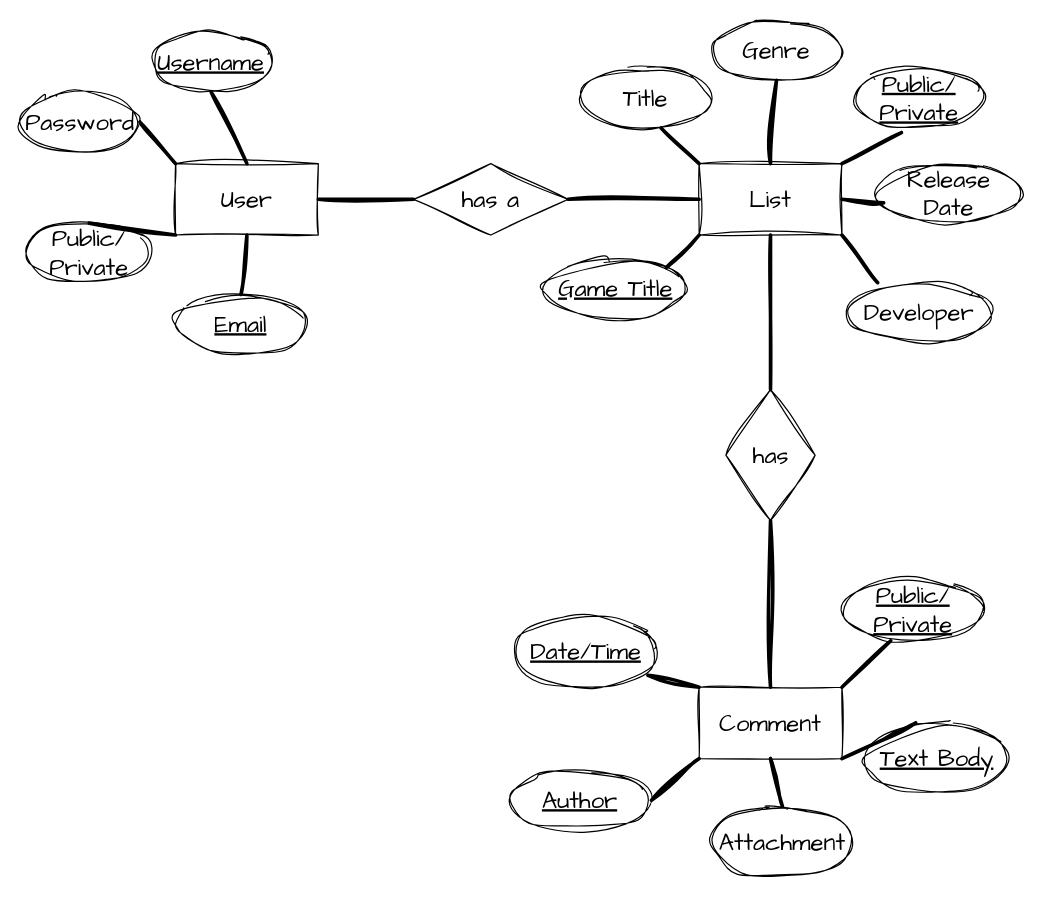
This is zeekERD.drawio from KMoussa33/Zeek, a draw.io file, before an edit. Source tidied: cells renumbered, new cells numbered last; positions are measured from the earlier drawing's top-left corner, leaving out a move shared by most shapes. Both pictures are drawn from the tidied source at 119%, with x=0, y=0 at pixel (20, 20).
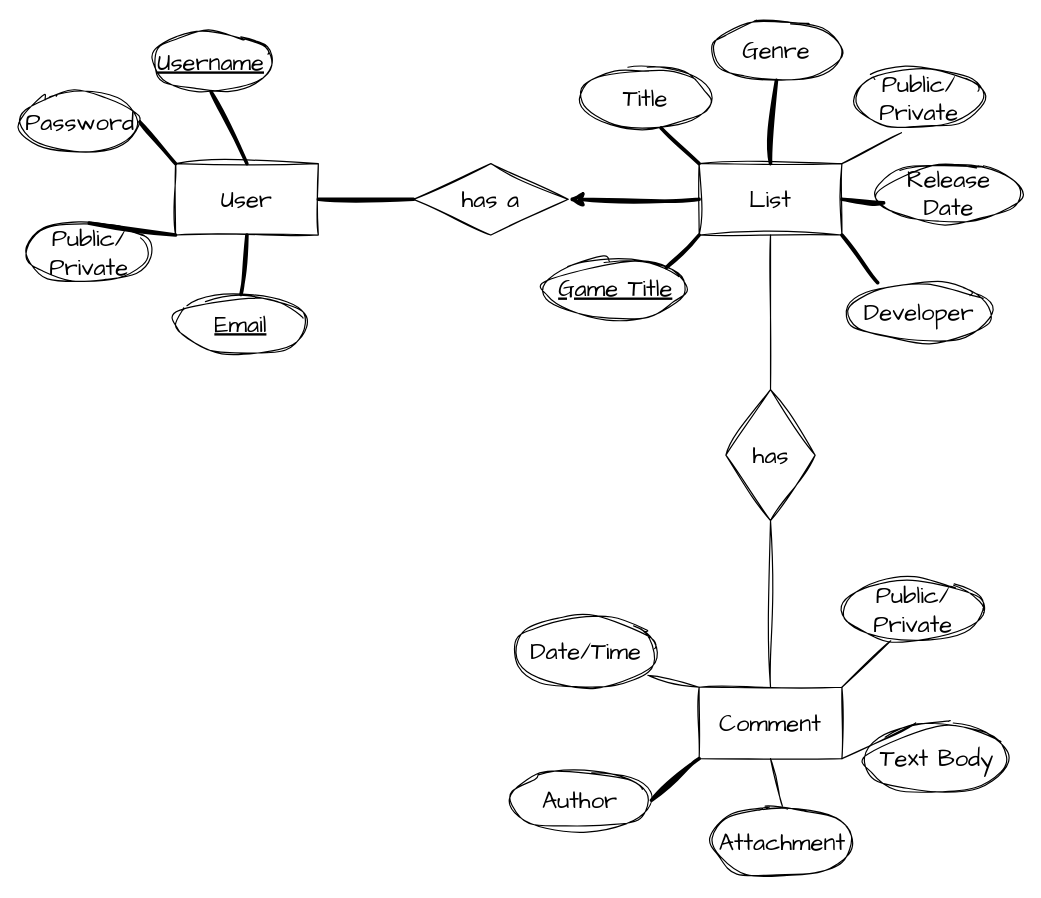
After the change.

The change refers to these unchanged cells:
```xml
<mxCell id="11" value="has a" style="rhombus;whiteSpace=wrap;html=1;sketch=1;hachureGap=4;jiggle=2;curveFitting=1;fontFamily=Architects Daughter;fontSize=20;" parent="1" vertex="1">
  <mxGeometry x="330" y="120" width="130" height="60" as="geometry" />
</mxCell>
<mxCell id="13" value="List" style="rounded=0;whiteSpace=wrap;html=1;sketch=1;hachureGap=4;jiggle=2;curveFitting=1;fontFamily=Architects Daughter;fontSize=20;" parent="1" vertex="1">
  <mxGeometry x="570" y="120" width="120" height="60" as="geometry" />
</mxCell>
<mxCell id="27" value="has" style="rhombus;whiteSpace=wrap;html=1;sketch=1;hachureGap=4;jiggle=2;curveFitting=1;fontFamily=Architects Daughter;fontSize=20;" parent="1" vertex="1">
  <mxGeometry x="592.5" y="310" width="75" height="110" as="geometry" />
</mxCell>
<mxCell id="28" value="Comment" style="rounded=0;whiteSpace=wrap;html=1;sketch=1;hachureGap=4;jiggle=2;curveFitting=1;fontFamily=Architects Daughter;fontSize=20;" parent="1" vertex="1">
  <mxGeometry x="570" y="560" width="120" height="60" as="geometry" />
</mxCell>
<mxCell id="33" value="Attachment" style="ellipse;whiteSpace=wrap;html=1;sketch=1;hachureGap=4;jiggle=2;curveFitting=1;fontFamily=Architects Daughter;fontSize=20;" parent="1" vertex="1">
  <mxGeometry x="580" y="660" width="120" height="60" as="geometry" />
</mxCell>
```

Diff of the diagram source:
```diff
@@
-    <mxCell id="14" style="endArrow=none;html=1;sketch=1;hachureGap=4;jiggle=2;curveFitting=1;strokeWidth=3;fontFamily=Architects Daughter;fontSize=16;exitX=1;exitY=0.5;exitDx=0;exitDy=0;entryX=0;entryY=0.5;entryDx=0;entryDy=0;" parent="1" edge="1" source="11" target="13">
-      <mxGeometry relative="1" as="geometry" />
-    </mxCell>
-    <mxCell id="15" value="&lt;u&gt;Public/ Private&lt;/u&gt;" style="ellipse;whiteSpace=wrap;html=1;sketch=1;hachureGap=4;jiggle=2;curveFitting=1;fontFamily=Architects Daughter;fontSize=20;" parent="1" vertex="1">
+    <mxCell id="15" value="Public/ Private" style="ellipse;whiteSpace=wrap;html=1;sketch=1;hachureGap=4;jiggle=2;curveFitting=1;fontFamily=Architects Daughter;fontSize=20;" parent="1" vertex="1">
       <mxGeometry x="700" y="40" width="110" height="50" as="geometry" />
     </mxCell>
@@
-    <mxCell id="22" style="endArrow=none;html=1;sketch=1;hachureGap=4;jiggle=2;curveFitting=1;strokeWidth=3;fontFamily=Architects Daughter;fontSize=16;entryX=0.364;entryY=1.08;entryDx=0;entryDy=0;entryPerimeter=0;" parent="1" edge="1" target="15">
+    <mxCell id="22" style="endArrow=none;html=1;sketch=1;hachureGap=4;jiggle=2;curveFitting=1;strokeWidth=1;fontFamily=Architects Daughter;fontSize=16;entryX=0.364;entryY=1.08;entryDx=0;entryDy=0;entryPerimeter=0;" parent="1" edge="1" target="15">
       <mxGeometry relative="1" as="geometry">
         <mxPoint x="690" y="120" as="sourcePoint" />
       </mxGeometry>
     </mxCell>
@@
-    <mxCell id="29" style="endArrow=none;html=1;sketch=1;hachureGap=4;jiggle=2;curveFitting=1;strokeWidth=3;fontFamily=Architects Daughter;fontSize=16;entryX=0.5;entryY=0;entryDx=0;entryDy=0;exitX=0.5;exitY=1;exitDx=0;exitDy=0;" parent="1" edge="1" source="13" target="27">
+    <mxCell id="29" style="endArrow=none;html=1;sketch=1;hachureGap=4;jiggle=2;curveFitting=1;strokeWidth=1;fontFamily=Architects Daughter;fontSize=16;entryX=0.5;entryY=0;entryDx=0;entryDy=0;exitX=0.5;exitY=1;exitDx=0;exitDy=0;" parent="1" edge="1" source="13" target="27">
       <mxGeometry relative="1" as="geometry" />
     </mxCell>
-    <mxCell id="30" style="endArrow=none;html=1;sketch=1;hachureGap=4;jiggle=2;curveFitting=1;strokeWidth=3;fontFamily=Architects Daughter;fontSize=16;entryX=0.5;entryY=1;entryDx=0;entryDy=0;exitX=0.5;exitY=0;exitDx=0;exitDy=0;" parent="1" edge="1" source="28" target="27">
+    <mxCell id="30" style="endArrow=none;html=1;sketch=1;hachureGap=4;jiggle=2;curveFitting=1;strokeWidth=1;fontFamily=Architects Daughter;fontSize=16;entryX=0.5;entryY=1;entryDx=0;entryDy=0;exitX=0.5;exitY=0;exitDx=0;exitDy=0;" parent="1" edge="1" source="28" target="27">
       <mxGeometry relative="1" as="geometry" />
     </mxCell>
-    <mxCell id="31" value="&lt;u&gt;Date/Time&lt;/u&gt;" style="ellipse;whiteSpace=wrap;html=1;sketch=1;hachureGap=4;jiggle=2;curveFitting=1;fontFamily=Architects Daughter;fontSize=20;" parent="1" vertex="1">
+    <mxCell id="31" value="Date/Time" style="ellipse;whiteSpace=wrap;html=1;sketch=1;hachureGap=4;jiggle=2;curveFitting=1;fontFamily=Architects Daughter;fontSize=20;" parent="1" vertex="1">
       <mxGeometry x="415" y="500" width="120" height="60" as="geometry" />
     </mxCell>
-    <mxCell id="32" value="&lt;u&gt;Author&lt;/u&gt;" style="ellipse;whiteSpace=wrap;html=1;sketch=1;hachureGap=4;jiggle=2;curveFitting=1;fontFamily=Architects Daughter;fontSize=20;" parent="1" vertex="1">
+    <mxCell id="32" value="Author" style="ellipse;whiteSpace=wrap;html=1;sketch=1;hachureGap=4;jiggle=2;curveFitting=1;fontFamily=Architects Daughter;fontSize=20;" parent="1" vertex="1">
       <mxGeometry x="410" y="630" width="120" height="50" as="geometry" />
     </mxCell>
@@
-    <mxCell id="34" value="&lt;u&gt;Text Body&lt;/u&gt;" style="ellipse;whiteSpace=wrap;html=1;sketch=1;hachureGap=4;jiggle=2;curveFitting=1;fontFamily=Architects Daughter;fontSize=20;" parent="1" vertex="1">
+    <mxCell id="34" value="Text Body" style="ellipse;whiteSpace=wrap;html=1;sketch=1;hachureGap=4;jiggle=2;curveFitting=1;fontFamily=Architects Daughter;fontSize=20;" parent="1" vertex="1">
       <mxGeometry x="710" y="590" width="120" height="60" as="geometry" />
     </mxCell>
-    <mxCell id="35" value="&lt;u&gt;Public/ Private&lt;/u&gt;" style="ellipse;whiteSpace=wrap;html=1;sketch=1;hachureGap=4;jiggle=2;curveFitting=1;fontFamily=Architects Daughter;fontSize=20;" parent="1" vertex="1">
+    <mxCell id="35" value="Public/ Private" style="ellipse;whiteSpace=wrap;html=1;sketch=1;hachureGap=4;jiggle=2;curveFitting=1;fontFamily=Architects Daughter;fontSize=20;" parent="1" vertex="1">
       <mxGeometry x="690" y="470" width="120" height="50" as="geometry" />
     </mxCell>
-    <mxCell id="36" style="endArrow=none;html=1;sketch=1;hachureGap=4;jiggle=2;curveFitting=1;strokeWidth=3;fontFamily=Architects Daughter;fontSize=16;entryX=0;entryY=0;entryDx=0;entryDy=0;exitX=0.933;exitY=0.833;exitDx=0;exitDy=0;exitPerimeter=0;" parent="1" edge="1" source="31" target="28">
+    <mxCell id="36" style="endArrow=none;html=1;sketch=1;hachureGap=4;jiggle=2;curveFitting=1;strokeWidth=1;fontFamily=Architects Daughter;fontSize=16;entryX=0;entryY=0;entryDx=0;entryDy=0;exitX=0.933;exitY=0.833;exitDx=0;exitDy=0;exitPerimeter=0;" parent="1" edge="1" source="31" target="28">
       <mxGeometry relative="1" as="geometry" />
     </mxCell>
@@
-    <mxCell id="38" style="endArrow=none;html=1;sketch=1;hachureGap=4;jiggle=2;curveFitting=1;strokeWidth=3;fontFamily=Architects Daughter;fontSize=16;entryX=1;entryY=0;entryDx=0;entryDy=0;exitX=0.342;exitY=1.02;exitDx=0;exitDy=0;exitPerimeter=0;" parent="1" edge="1" source="35" target="28">
+    <mxCell id="38" style="endArrow=none;html=1;sketch=1;hachureGap=4;jiggle=2;curveFitting=1;strokeWidth=1;fontFamily=Architects Daughter;fontSize=16;entryX=1;entryY=0;entryDx=0;entryDy=0;exitX=0.342;exitY=1.02;exitDx=0;exitDy=0;exitPerimeter=0;" parent="1" edge="1" source="35" target="28">
       <mxGeometry relative="1" as="geometry" />
     </mxCell>
-    <mxCell id="39" style="endArrow=none;html=1;sketch=1;hachureGap=4;jiggle=2;curveFitting=1;strokeWidth=3;fontFamily=Architects Daughter;fontSize=16;exitX=0.35;exitY=0;exitDx=0;exitDy=0;exitPerimeter=0;entryX=1;entryY=1;entryDx=0;entryDy=0;" parent="1" edge="1" source="34" target="28">
+    <mxCell id="39" style="endArrow=none;html=1;sketch=1;hachureGap=4;jiggle=2;curveFitting=1;strokeWidth=1;fontFamily=Architects Daughter;fontSize=16;exitX=0.35;exitY=0;exitDx=0;exitDy=0;exitPerimeter=0;entryX=1;entryY=1;entryDx=0;entryDy=0;" parent="1" edge="1" source="34" target="28">
       <mxGeometry relative="1" as="geometry" />
     </mxCell>
-    <mxCell id="40" style="endArrow=none;html=1;sketch=1;hachureGap=4;jiggle=2;curveFitting=1;strokeWidth=3;fontFamily=Architects Daughter;fontSize=16;exitX=0.5;exitY=0;exitDx=0;exitDy=0;entryX=0.5;entryY=1;entryDx=0;entryDy=0;" parent="1" edge="1" source="33" target="28">
+    <mxCell id="40" style="endArrow=none;html=1;sketch=1;hachureGap=4;jiggle=2;curveFitting=1;strokeWidth=1;fontFamily=Architects Daughter;fontSize=16;exitX=0.5;exitY=0;exitDx=0;exitDy=0;entryX=0.5;entryY=1;entryDx=0;entryDy=0;" parent="1" edge="1" source="33" target="28">
       <mxGeometry relative="1" as="geometry" />
     </mxCell>
+    <mxCell id="41" style="endArrow=classic;html=1;sketch=1;hachureGap=4;jiggle=2;curveFitting=1;strokeWidth=3;fontFamily=Architects Daughter;fontSize=16;entryX=1;entryY=0.5;entryDx=0;entryDy=0;exitX=0;exitY=0.5;exitDx=0;exitDy=0;" parent="1" edge="1" source="13" target="11">
+      <mxGeometry relative="1" as="geometry" />
+    </mxCell>
```
